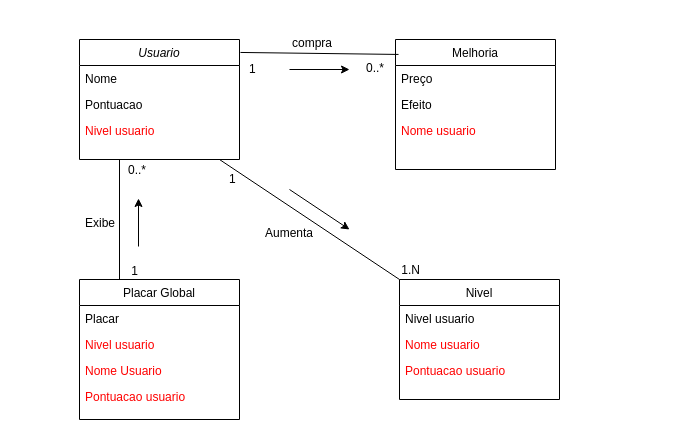
Earlier version of the draw.io diagram Diagrama sem nome.drawio (t4rsss/ClickerGamer-React). Source tidied: cells renumbered, new cells numbered last; positions are measured from the earlier drawing's top-left corner, leaving out a move shared by most shapes. Both pictures are drawn from the tidied source at 100%, with x=0, y=0 at pixel (79, 29).
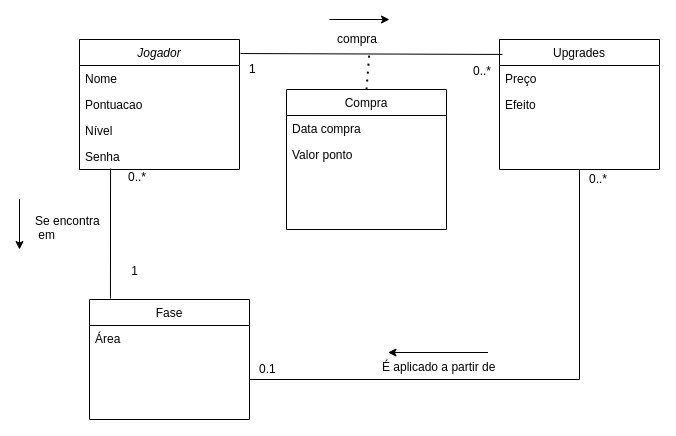
The same page after the edit.

Change to the diagram source:
```diff
@@
-    <mxCell id="2" value="Usuario" style="swimlane;fontStyle=2;align=center;verticalAlign=top;horizontal=1;startSize=26;rounded=0;shadow=0;strokeWidth=1;" parent="1" vertex="1">
-      <mxGeometry y="10" width="160" height="120" as="geometry" />
+    <mxCell id="2" value="Jogador" style="swimlane;fontStyle=2;align=center;verticalAlign=top;horizontal=1;startSize=26;rounded=0;shadow=0;strokeWidth=1;" parent="1" vertex="1">
+      <mxGeometry y="10" width="160" height="130" as="geometry" />
     </mxCell>
@@
-    <mxCell id="5" value="Nivel usuario" style="text;align=left;verticalAlign=top;spacingLeft=4;spacingRight=4;overflow=hidden;fontColor=#FF0000;" parent="2" vertex="1">
+    <mxCell id="5" value="Nível" style="text;align=left;verticalAlign=top;spacingLeft=4;spacingRight=4;overflow=hidden;fontColor=#000000;" parent="2" vertex="1">
       <mxGeometry y="78" width="160" height="26" as="geometry" />
     </mxCell>
-    <mxCell id="6" value="Placar Global" style="swimlane;fontStyle=0;align=center;verticalAlign=top;horizontal=1;startSize=26;rounded=0;shadow=0;strokeWidth=1;" parent="1" vertex="1">
-      <mxGeometry y="250" width="160" height="140" as="geometry" />
-    </mxCell>
-    <mxCell id="7" value="Placar" style="text;align=left;verticalAlign=top;spacingLeft=4;spacingRight=4;overflow=hidden;rounded=0;shadow=0;html=0;" parent="6" vertex="1">
-      <mxGeometry y="26" width="160" height="26" as="geometry" />
-    </mxCell>
-    <mxCell id="8" value="Nivel usuario" style="text;align=left;verticalAlign=top;spacingLeft=4;spacingRight=4;overflow=hidden;fontColor=#FF0000;" parent="6" vertex="1">
-      <mxGeometry y="52" width="160" height="26" as="geometry" />
-    </mxCell>
-    <mxCell id="9" value="Nome Usuario" style="text;align=left;verticalAlign=top;spacingLeft=4;spacingRight=4;overflow=hidden;fontColor=#FF0000;" parent="6" vertex="1">
-      <mxGeometry y="78" width="160" height="26" as="geometry" />
-    </mxCell>
-    <mxCell id="10" value="Pontuacao usuario" style="text;align=left;verticalAlign=top;spacingLeft=4;spacingRight=4;overflow=hidden;rounded=0;shadow=0;html=0;fontColor=#FF0000;" parent="6" vertex="1">
-      <mxGeometry y="104" width="160" height="28" as="geometry" />
-    </mxCell>
+    <mxCell id="34" value="Senha" style="text;align=left;verticalAlign=top;spacingLeft=4;spacingRight=4;overflow=hidden;points=[[0,0.5],[1,0.5]];portConstraint=eastwest;fontColor=#000000;" parent="2" vertex="1">
+      <mxGeometry y="104" width="160" height="26" as="geometry" />
+    </mxCell>
-    <mxCell id="11" value="Nivel" style="swimlane;fontStyle=0;align=center;verticalAlign=top;horizontal=1;startSize=26;rounded=0;shadow=0;strokeWidth=1;" parent="1" vertex="1">
-      <mxGeometry x="320" y="250" width="160" height="120" as="geometry" />
+    <mxCell id="11" value="Fase" style="swimlane;fontStyle=0;align=center;verticalAlign=top;horizontal=1;startSize=26;rounded=0;shadow=0;strokeWidth=1;" parent="1" vertex="1">
+      <mxGeometry x="10" y="270" width="160" height="120" as="geometry" />
     </mxCell>
-    <mxCell id="12" value="Nivel usuario" style="text;align=left;verticalAlign=top;spacingLeft=4;spacingRight=4;overflow=hidden;" parent="11" vertex="1">
+    <mxCell id="12" value="Área" style="text;align=left;verticalAlign=top;spacingLeft=4;spacingRight=4;overflow=hidden;" parent="11" vertex="1">
       <mxGeometry y="26" width="160" height="26" as="geometry" />
     </mxCell>
-    <mxCell id="13" value="Nome usuario" style="text;align=left;verticalAlign=top;spacingLeft=4;spacingRight=4;overflow=hidden;fontColor=#FF0000;" parent="11" vertex="1">
-      <mxGeometry y="52" width="160" height="26" as="geometry" />
-    </mxCell>
-    <mxCell id="14" value="Pontuacao usuario" style="text;align=left;verticalAlign=top;spacingLeft=4;spacingRight=4;overflow=hidden;fontColor=#FF0000;" parent="11" vertex="1">
-      <mxGeometry y="78" width="160" height="26" as="geometry" />
-    </mxCell>
-    <mxCell id="15" value="Melhoria" style="swimlane;fontStyle=0;align=center;verticalAlign=top;horizontal=1;startSize=26;rounded=0;shadow=0;strokeWidth=1;" parent="1" vertex="1">
-      <mxGeometry x="316" y="10" width="160" height="130" as="geometry" />
+    <mxCell id="15" value="Upgrades" style="swimlane;fontStyle=0;align=center;verticalAlign=top;horizontal=1;startSize=26;rounded=0;shadow=0;strokeWidth=1;" parent="1" vertex="1">
+      <mxGeometry x="420" y="10" width="160" height="130" as="geometry" />
     </mxCell>
@@
-    <mxCell id="18" value="Nome usuario" style="text;align=left;verticalAlign=top;spacingLeft=4;spacingRight=4;overflow=hidden;rounded=0;shadow=0;html=0;fontColor=#FF0000;" parent="15" vertex="1">
-      <mxGeometry y="78" width="160" height="26" as="geometry" />
-    </mxCell>
-    <mxCell id="19" value="1.N" style="align=right;verticalAlign=bottom;labelBackgroundColor=none;fontSize=12;direction=north;" parent="1" vertex="1">
-      <mxGeometry x="320" y="260" as="geometry">
-        <mxPoint x="22" y="-11" as="offset" />
-      </mxGeometry>
-    </mxCell>
@@
-    <mxCell id="21" style="endArrow=none;html=1;rounded=0;entryX=0;entryY=0;entryDx=0;entryDy=0;" parent="1" edge="1" target="11">
-      <mxGeometry relative="1" as="geometry">
-        <mxPoint x="140" y="130" as="sourcePoint" />
-      </mxGeometry>
-    </mxCell>
-    <mxCell id="22" style="endArrow=none;html=1;rounded=0;entryX=0.25;entryY=0;entryDx=0;entryDy=0;exitX=0.25;exitY=1;exitDx=0;exitDy=0;" parent="1" edge="1" source="2" target="6">
+    <mxCell id="22" style="endArrow=none;html=1;rounded=0;entryX=0.131;entryY=-0.007;entryDx=0;entryDy=0;exitX=0.194;exitY=0.962;exitDx=0;exitDy=0;entryPerimeter=0;exitPerimeter=0;" parent="1" edge="1" source="34" target="11">
       <mxGeometry relative="1" as="geometry" />
     </mxCell>
@@
     <mxCell id="24" style="endArrow=classic;html=1;rounded=0;" parent="1" edge="1">
       <mxGeometry relative="1" as="geometry">
-        <mxPoint x="210" y="40" as="sourcePoint" />
-        <mxPoint x="270" y="40" as="targetPoint" />
+        <mxPoint x="250" y="-10" as="sourcePoint" />
+        <mxPoint x="310" y="-10" as="targetPoint" />
       </mxGeometry>
     </mxCell>
-    <mxCell id="25" style="endArrow=classic;html=1;rounded=0;" parent="1" edge="1">
-      <mxGeometry relative="1" as="geometry">
-        <mxPoint x="210" y="160" as="sourcePoint" />
-        <mxPoint x="270" y="200" as="targetPoint" />
-      </mxGeometry>
-    </mxCell>
-    <mxCell id="26" value="Aumenta" style="text;align=left;verticalAlign=top;spacingLeft=4;spacingRight=4;overflow=hidden;" parent="1" vertex="1">
-      <mxGeometry x="180" y="190" width="70" height="26" as="geometry" />
-    </mxCell>
@@
     <mxCell id="28" value="0..*" style="align=right;verticalAlign=bottom;labelBackgroundColor=none;fontSize=12;" parent="1" vertex="1">
       <mxGeometry x="300" y="40" as="geometry">
-        <mxPoint x="6" y="7" as="offset" />
+        <mxPoint x="113" y="10" as="offset" />
       </mxGeometry>
     </mxCell>
-    <mxCell id="29" value="Exibe" style="text;align=left;verticalAlign=top;spacingLeft=4;spacingRight=4;overflow=hidden;" parent="1" vertex="1">
-      <mxGeometry y="180" width="70" height="26" as="geometry" />
+    <mxCell id="29" value="Se encontra&#10; em " style="text;align=left;verticalAlign=top;spacingLeft=4;spacingRight=4;overflow=hidden;" parent="1" vertex="1">
+      <mxGeometry x="-50" y="178" width="80" height="50" as="geometry" />
     </mxCell>
     <mxCell id="30" style="endArrow=classic;html=1;rounded=0;" parent="1" edge="1">
       <mxGeometry relative="1" as="geometry">
-        <mxPoint x="59" y="217" as="sourcePoint" />
-        <mxPoint x="59" y="169" as="targetPoint" />
+        <mxPoint x="-60" y="208" as="sourcePoint" />
+        <mxPoint x="-60" y="220" as="targetPoint" />
+        <Array as="points">
+          <mxPoint x="-60" y="170" />
+        </Array>
       </mxGeometry>
     </mxCell>
-    <mxCell id="31" value="1" style="align=left;verticalAlign=bottom;labelBackgroundColor=none;fontSize=12;direction=north;" parent="1" vertex="1">
-      <mxGeometry x="140" y="160" as="geometry">
+    <mxCell id="31" value="0..*" style="align=left;verticalAlign=bottom;labelBackgroundColor=none;fontSize=12;direction=north;" parent="1" vertex="1">
+      <mxGeometry x="500" y="160" as="geometry">
         <mxPoint x="8" y="-2" as="offset" />
       </mxGeometry>
     </mxCell>
     <mxCell id="32" value="0..*" style="align=right;verticalAlign=bottom;labelBackgroundColor=none;fontSize=12;" parent="1" vertex="1">
-      <mxGeometry x="277" y="94" as="geometry">
+      <mxGeometry x="277" y="101" as="geometry">
         <mxPoint x="-209" y="55" as="offset" />
       </mxGeometry>
     </mxCell>
     <mxCell id="33" value="compra" style="text;align=left;verticalAlign=top;spacingLeft=4;spacingRight=4;overflow=hidden;" parent="1" vertex="1">
-      <mxGeometry x="207" width="70" height="26" as="geometry" />
+      <mxGeometry x="252" y="-4" width="70" height="26" as="geometry" />
     </mxCell>
+    <mxCell id="35" value="Compra" style="swimlane;fontStyle=0;align=center;verticalAlign=top;horizontal=1;startSize=26;rounded=0;shadow=0;strokeWidth=1;" parent="1" vertex="1">
+      <mxGeometry x="207" y="60" width="160" height="140" as="geometry" />
+    </mxCell>
+    <mxCell id="36" value="Data compra" style="text;align=left;verticalAlign=top;spacingLeft=4;spacingRight=4;overflow=hidden;" parent="35" vertex="1">
+      <mxGeometry y="26" width="160" height="26" as="geometry" />
+    </mxCell>
+    <mxCell id="37" value="Valor ponto" style="text;align=left;verticalAlign=top;spacingLeft=4;spacingRight=4;overflow=hidden;fontColor=#000000;" parent="35" vertex="1">
+      <mxGeometry y="52" width="160" height="26" as="geometry" />
+    </mxCell>
+    <mxCell id="38" style="endArrow=none;dashed=1;html=1;dashPattern=1 3;strokeWidth=2;rounded=0;exitX=0.5;exitY=0;exitDx=0;exitDy=0;" parent="1" edge="1" source="35">
+      <mxGeometry relative="1" as="geometry">
+        <mxPoint x="290" y="22" as="targetPoint" />
+      </mxGeometry>
+    </mxCell>
+    <mxCell id="39" style="endArrow=none;html=1;rounded=0;entryX=0.5;entryY=1;entryDx=0;entryDy=0;" parent="1" edge="1" target="15">
+      <mxGeometry relative="1" as="geometry">
+        <mxPoint x="170" y="350" as="sourcePoint" />
+        <Array as="points">
+          <mxPoint x="500" y="350" />
+        </Array>
+      </mxGeometry>
+    </mxCell>
+    <mxCell id="40" value="0.1" style="align=left;verticalAlign=bottom;labelBackgroundColor=none;fontSize=12;direction=north;" parent="1" vertex="1">
+      <mxGeometry x="170" y="350" as="geometry">
+        <mxPoint x="8" y="-2" as="offset" />
+      </mxGeometry>
+    </mxCell>
+    <mxCell id="41" value="É aplicado a partir de " style="text;align=left;verticalAlign=top;spacingLeft=4;spacingRight=4;overflow=hidden;" parent="1" vertex="1">
+      <mxGeometry x="297" y="324" width="123" height="26" as="geometry" />
+    </mxCell>
+    <mxCell id="42" style="endArrow=classic;html=1;rounded=0;" parent="1" edge="1">
+      <mxGeometry relative="1" as="geometry">
+        <mxPoint x="408.5" y="323" as="sourcePoint" />
+        <mxPoint x="308.5" y="323" as="targetPoint" />
+      </mxGeometry>
+    </mxCell>
```
